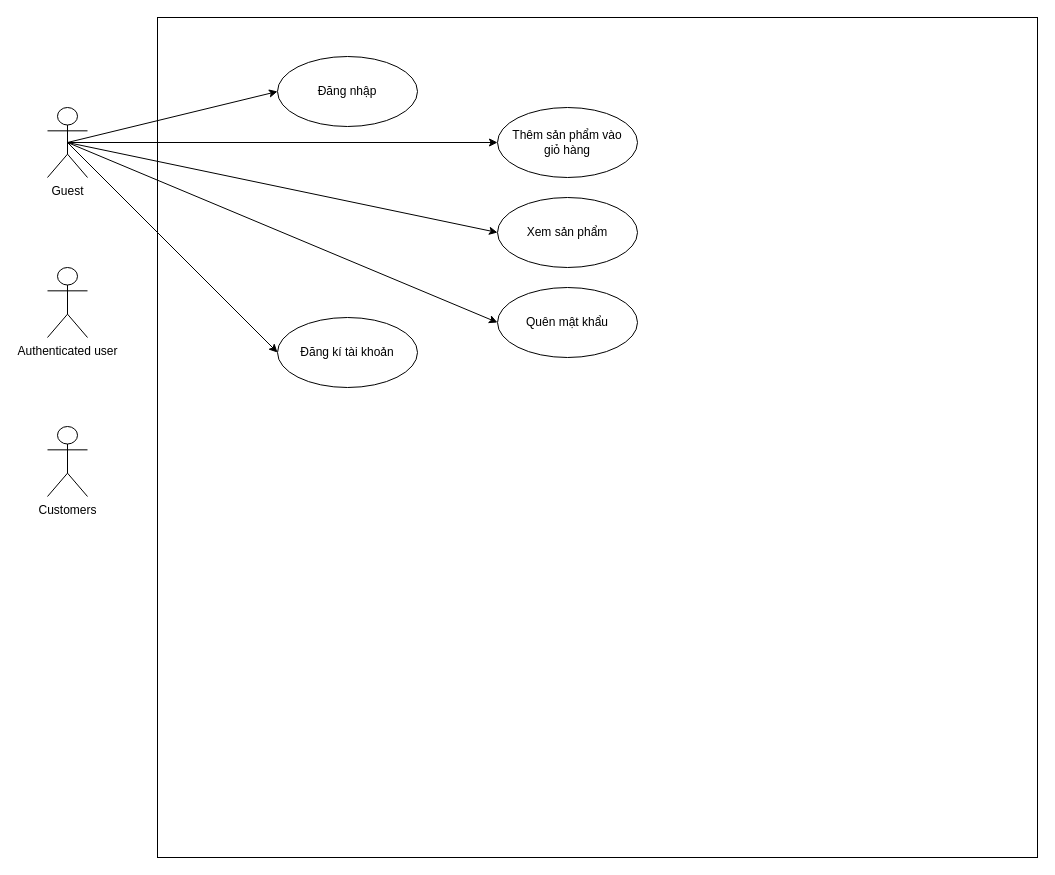
The draw.io diagram usecase.drawio in taitvd2508/usecase, before the edit. Source tidied: cells renumbered, new cells numbered last; positions are measured from the earlier drawing's top-left corner, leaving out a move shared by most shapes. Both pictures are drawn from the tidied source at 100%, with x=0, y=0 at pixel (47, 17).
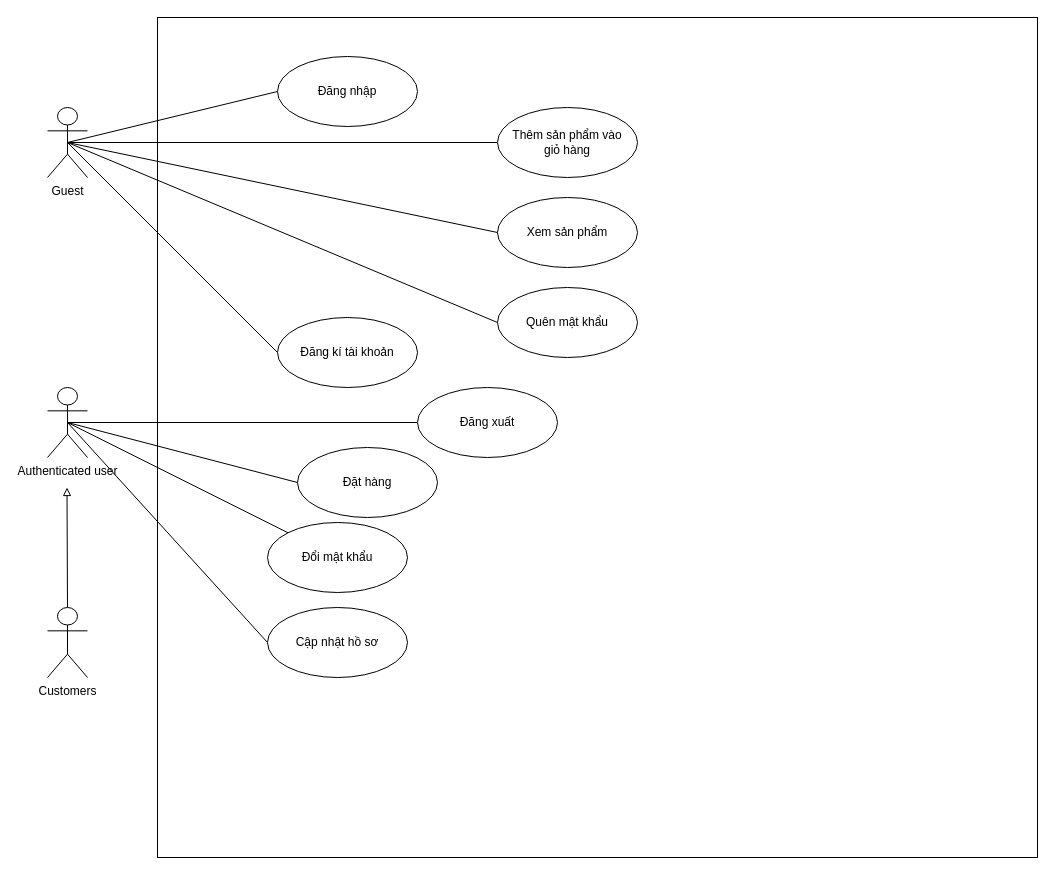
After the change.

Unchanged cells that the change refers to:
```xml
<mxCell id="8" value="Guest" style="shape=umlActor;verticalLabelPosition=bottom;verticalAlign=top;html=1;outlineConnect=0;" parent="1" vertex="1">
  <mxGeometry y="90" width="40" height="70" as="geometry" />
</mxCell>
<mxCell id="11" value="Đăng nhập" style="ellipse;whiteSpace=wrap;html=1;" parent="1" vertex="1">
  <mxGeometry x="230" y="39" width="140" height="70" as="geometry" />
</mxCell>
<mxCell id="12" value="Đăng kí tài khoản" style="ellipse;whiteSpace=wrap;html=1;" parent="1" vertex="1">
  <mxGeometry x="230" y="300" width="140" height="70" as="geometry" />
</mxCell>
<mxCell id="13" value="Xem sản phẩm" style="ellipse;whiteSpace=wrap;html=1;" parent="1" vertex="1">
  <mxGeometry x="450" y="180" width="140" height="70" as="geometry" />
</mxCell>
<mxCell id="14" value="Thêm sản phẩm vào &lt;br&gt;giỏ hàng" style="ellipse;whiteSpace=wrap;html=1;" parent="1" vertex="1">
  <mxGeometry x="450" y="90" width="140" height="70" as="geometry" />
</mxCell>
<mxCell id="15" value="Quên mật khẩu" style="ellipse;whiteSpace=wrap;html=1;" parent="1" vertex="1">
  <mxGeometry x="450" y="270" width="140" height="70" as="geometry" />
</mxCell>
```

Change to the diagram source:
```diff
@@
-    <mxCell id="3" style="rounded=0;jettySize=auto;html=1;exitX=0.5;exitY=0.5;exitDx=0;exitDy=0;exitPerimeter=0;entryX=0;entryY=0.5;entryDx=0;entryDy=0;" parent="1" edge="1" source="8" target="11">
+    <mxCell id="3" style="rounded=0;jettySize=auto;html=1;exitX=0.5;exitY=0.5;exitDx=0;exitDy=0;exitPerimeter=0;entryX=0;entryY=0.5;entryDx=0;entryDy=0;endArrow=none;endFill=0;" parent="1" edge="1" source="8" target="11">
       <mxGeometry relative="1" as="geometry" />
     </mxCell>
-    <mxCell id="4" style="rounded=0;jettySize=auto;html=1;exitX=0.5;exitY=0.5;exitDx=0;exitDy=0;exitPerimeter=0;entryX=0;entryY=0.5;entryDx=0;entryDy=0;" parent="1" edge="1" source="8" target="12">
+    <mxCell id="4" style="rounded=0;jettySize=auto;html=1;exitX=0.5;exitY=0.5;exitDx=0;exitDy=0;exitPerimeter=0;entryX=0;entryY=0.5;entryDx=0;entryDy=0;endArrow=none;endFill=0;" parent="1" edge="1" source="8" target="12">
       <mxGeometry relative="1" as="geometry" />
     </mxCell>
-    <mxCell id="5" style="rounded=0;jettySize=auto;html=1;exitX=0.5;exitY=0.5;exitDx=0;exitDy=0;exitPerimeter=0;entryX=0;entryY=0.5;entryDx=0;entryDy=0;" parent="1" edge="1" source="8" target="13">
+    <mxCell id="5" style="rounded=0;jettySize=auto;html=1;exitX=0.5;exitY=0.5;exitDx=0;exitDy=0;exitPerimeter=0;entryX=0;entryY=0.5;entryDx=0;entryDy=0;endArrow=none;endFill=0;" parent="1" edge="1" source="8" target="13">
       <mxGeometry relative="1" as="geometry" />
     </mxCell>
-    <mxCell id="6" style="rounded=0;jettySize=auto;html=1;exitX=0.5;exitY=0.5;exitDx=0;exitDy=0;exitPerimeter=0;entryX=0;entryY=0.5;entryDx=0;entryDy=0;" parent="1" edge="1" source="8" target="14">
+    <mxCell id="6" style="rounded=0;jettySize=auto;html=1;exitX=0.5;exitY=0.5;exitDx=0;exitDy=0;exitPerimeter=0;entryX=0;entryY=0.5;entryDx=0;entryDy=0;endArrow=none;endFill=0;" parent="1" edge="1" source="8" target="14">
       <mxGeometry relative="1" as="geometry" />
     </mxCell>
-    <mxCell id="7" style="rounded=0;jettySize=auto;html=1;exitX=0.5;exitY=0.5;exitDx=0;exitDy=0;exitPerimeter=0;entryX=0;entryY=0.5;entryDx=0;entryDy=0;" parent="1" edge="1" source="8" target="15">
+    <mxCell id="7" style="rounded=0;jettySize=auto;html=1;exitX=0.5;exitY=0.5;exitDx=0;exitDy=0;exitPerimeter=0;entryX=0;entryY=0.5;entryDx=0;entryDy=0;endArrow=none;endFill=0;" parent="1" edge="1" source="8" target="15">
       <mxGeometry relative="1" as="geometry" />
     </mxCell>
@@
+    <mxCell id="16" style="rounded=0;jettySize=auto;html=1;exitX=0.5;exitY=0.5;exitDx=0;exitDy=0;exitPerimeter=0;endArrow=none;endFill=0;" parent="1" edge="1" source="9" target="21">
+      <mxGeometry relative="1" as="geometry" />
+    </mxCell>
+    <mxCell id="17" style="rounded=0;jettySize=auto;html=1;exitX=0.5;exitY=0.5;exitDx=0;exitDy=0;exitPerimeter=0;entryX=0;entryY=0.5;entryDx=0;entryDy=0;endArrow=none;endFill=0;" parent="1" edge="1" source="9" target="24">
+      <mxGeometry relative="1" as="geometry" />
+    </mxCell>
+    <mxCell id="18" style="rounded=0;jettySize=auto;html=1;exitX=0.5;exitY=0.5;exitDx=0;exitDy=0;exitPerimeter=0;entryX=0;entryY=0.5;entryDx=0;entryDy=0;endArrow=none;endFill=0;" parent="1" edge="1" source="9" target="22">
+      <mxGeometry relative="1" as="geometry" />
+    </mxCell>
+    <mxCell id="19" style="rounded=0;jettySize=auto;html=1;exitX=0.5;exitY=0.5;exitDx=0;exitDy=0;exitPerimeter=0;entryX=0;entryY=0.5;entryDx=0;entryDy=0;endArrow=none;endFill=0;" parent="1" edge="1" source="9" target="23">
+      <mxGeometry relative="1" as="geometry" />
+    </mxCell>
     <mxCell id="9" value="Authenticated user" style="shape=umlActor;verticalLabelPosition=bottom;verticalAlign=top;html=1;outlineConnect=0;" parent="1" vertex="1">
-      <mxGeometry y="250" width="40" height="70" as="geometry" />
+      <mxGeometry y="370" width="40" height="70" as="geometry" />
     </mxCell>
+    <mxCell id="20" style="edgeStyle=orthogonalEdgeStyle;rounded=0;jettySize=auto;html=1;exitX=0.5;exitY=0;exitDx=0;exitDy=0;exitPerimeter=0;endArrow=block;endFill=0;" parent="1" edge="1" source="10">
+      <mxGeometry relative="1" as="geometry">
+        <mxPoint x="19.5" y="470" as="targetPoint" />
+      </mxGeometry>
+    </mxCell>
     <mxCell id="10" value="Customers" style="shape=umlActor;verticalLabelPosition=bottom;verticalAlign=top;html=1;outlineConnect=0;" parent="1" vertex="1">
-      <mxGeometry y="409" width="40" height="70" as="geometry" />
+      <mxGeometry y="590" width="40" height="70" as="geometry" />
     </mxCell>
@@
+    <mxCell id="21" value="Đổi mật khẩu" style="ellipse;whiteSpace=wrap;html=1;" parent="1" vertex="1">
+      <mxGeometry x="220" y="505" width="140" height="70" as="geometry" />
+    </mxCell>
+    <mxCell id="22" value="Cập nhật hồ sơ" style="ellipse;whiteSpace=wrap;html=1;" parent="1" vertex="1">
+      <mxGeometry x="220" y="590" width="140" height="70" as="geometry" />
+    </mxCell>
+    <mxCell id="23" value="Đặt hàng" style="ellipse;whiteSpace=wrap;html=1;" parent="1" vertex="1">
+      <mxGeometry x="250" y="430" width="140" height="70" as="geometry" />
+    </mxCell>
+    <mxCell id="24" value="Đăng xuất" style="ellipse;whiteSpace=wrap;html=1;" parent="1" vertex="1">
+      <mxGeometry x="370" y="370" width="140" height="70" as="geometry" />
+    </mxCell>
```
